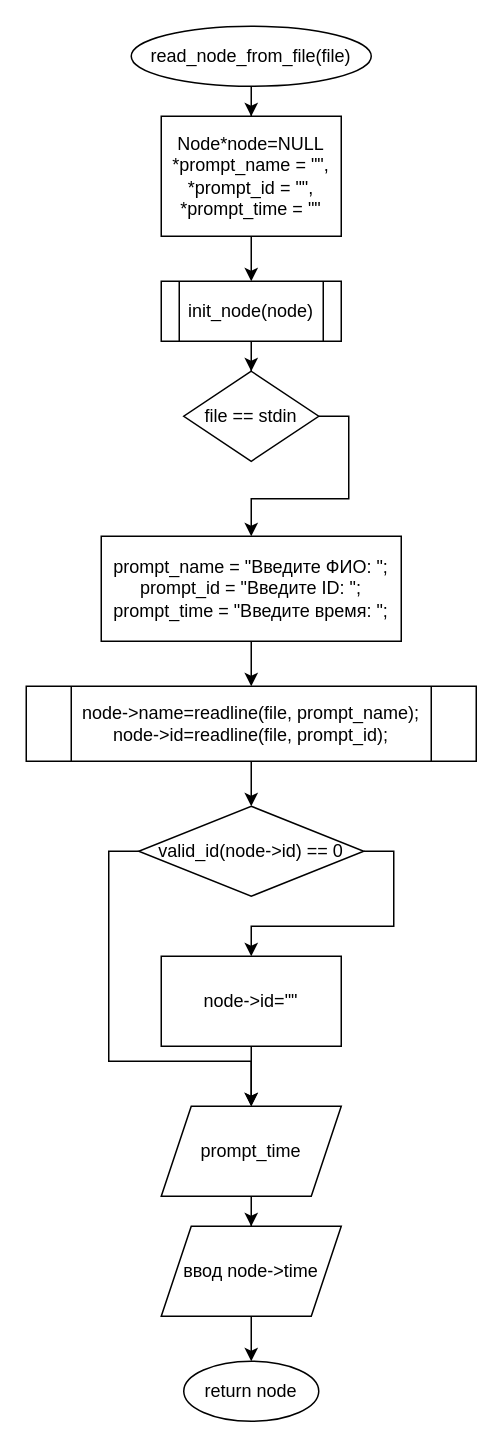
Above: page "read_node_from_file" (5 of 7) of lab5.drawio in Alvald1/draw.io (draw.io), before the change. Source tidied: cells renumbered, new cells numbered last; positions are measured from the earlier drawing's top-left corner, leaving out a move shared by most shapes. Both pictures are drawn from the tidied source at 150%, with x=0, y=0 at pixel (26, 26).
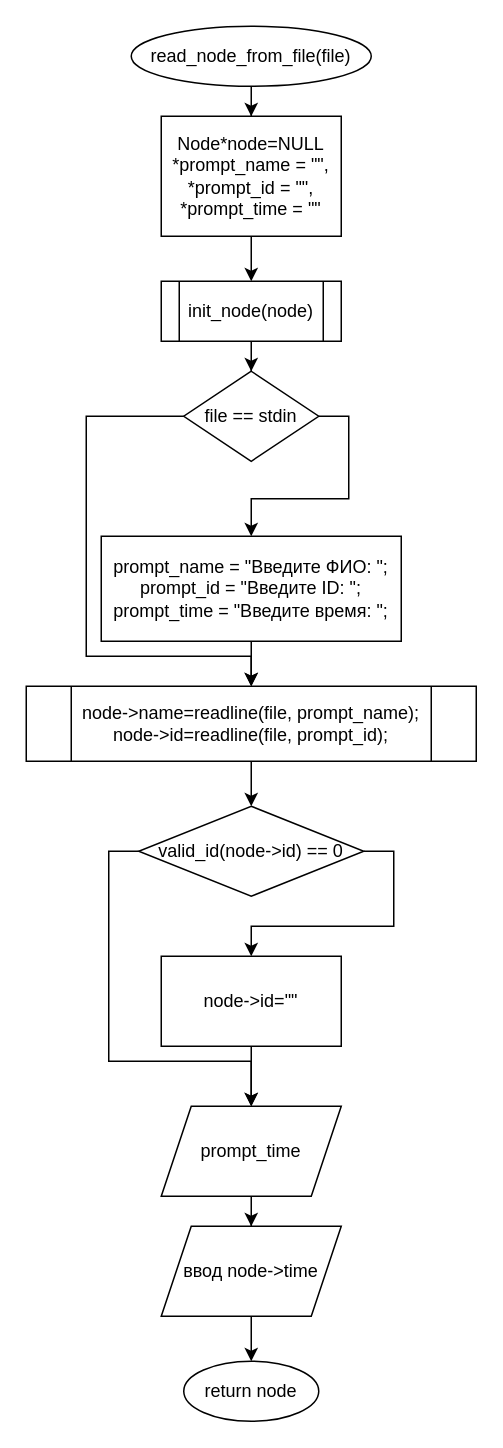
The same diagram, later.

The change refers to these unchanged cells:
```xml
<mxCell id="9" value="file == stdin" style="rhombus;whiteSpace=wrap;html=1;" parent="1" vertex="1">
  <mxGeometry x="105" y="230" width="90" height="60" as="geometry" />
</mxCell>
<mxCell id="13" value="node-&amp;gt;name=readline(file, prompt_name);&lt;br&gt;node-&amp;gt;id=readline(file, prompt_id);" style="shape=process;whiteSpace=wrap;html=1;backgroundOutline=1;" parent="1" vertex="1">
  <mxGeometry y="440" width="300" height="50" as="geometry" />
</mxCell>
```

Change to the diagram source:
```diff
@@
+    <mxCell id="24" style="edgeStyle=orthogonalEdgeStyle;rounded=0;jettySize=auto;html=1;exitX=0;exitY=0.5;exitDx=0;exitDy=0;entryX=0.5;entryY=0;entryDx=0;entryDy=0;" parent="1" edge="1" source="9" target="13">
+      <mxGeometry relative="1" as="geometry">
+        <Array as="points">
+          <mxPoint x="40" y="260" />
+          <mxPoint x="40" y="420" />
+          <mxPoint x="150" y="420" />
+        </Array>
+      </mxGeometry>
+    </mxCell>
```
